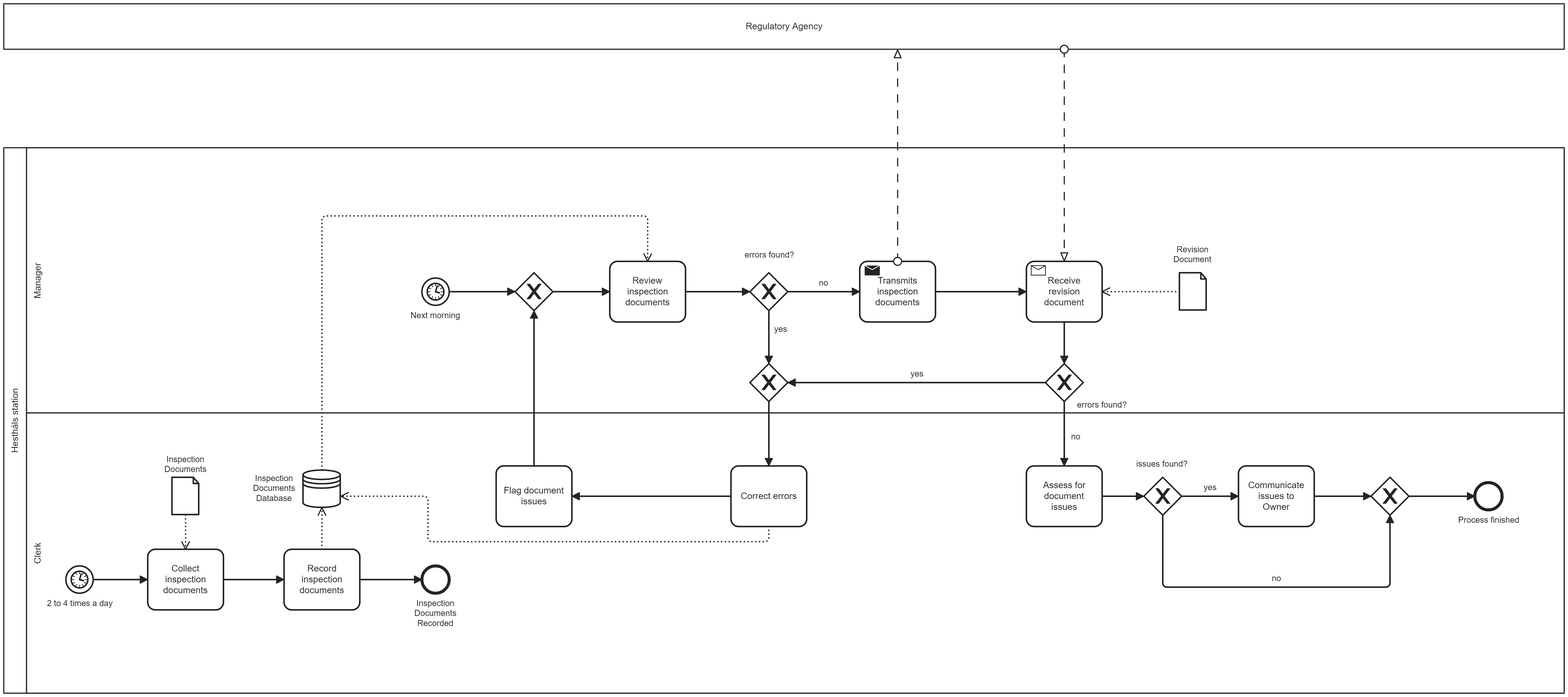
The BPMN diagram process_modeling/as_is_processes/sub_process_5/subprocesso_5.png in franciscoAbreuTecnico/Business-Process-Engineering-and-Technology, before a commit. Its source is kept beside it as process_modeling/to_be_processes/sub_process_5/subprocesso_5.bpmn. Ids are renumbered.
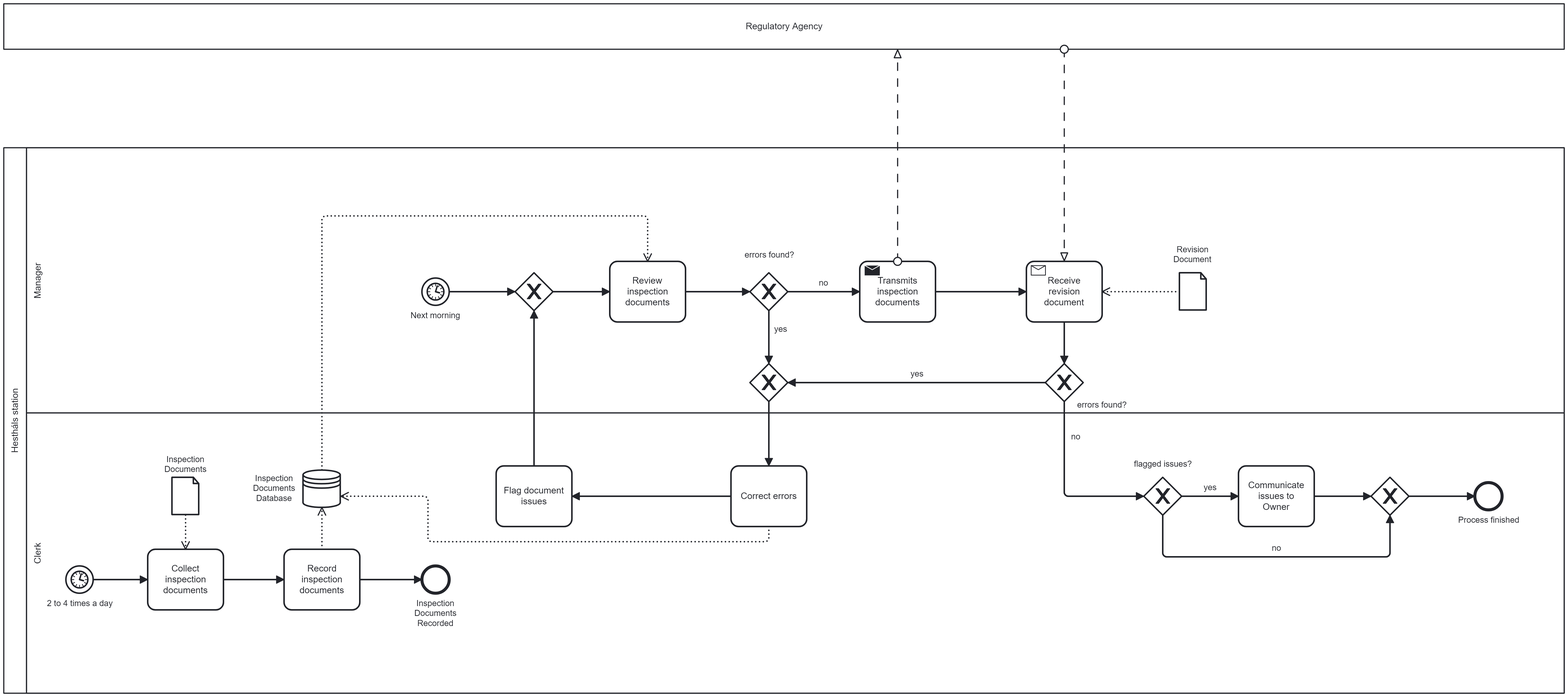
Above is the later version.

The edit, as a diff of the source:
```diff
@@ -25,7 +25,6 @@
         <bpmn:flowNodeRef>Event_n23</bpmn:flowNodeRef>
         <bpmn:flowNodeRef>Activity_n24</bpmn:flowNodeRef>
         <bpmn:flowNodeRef>Gateway_n25</bpmn:flowNodeRef>
-        <bpmn:flowNodeRef>Activity_n26</bpmn:flowNodeRef>
         <bpmn:flowNodeRef>Activity_n27</bpmn:flowNodeRef>
         <bpmn:flowNodeRef>Gateway_n28</bpmn:flowNodeRef>
         <bpmn:flowNodeRef>Event_n29</bpmn:flowNodeRef>
@@ -106,15 +105,11 @@
       <bpmn:outgoing>Flow_n58</bpmn:outgoing>
       <bpmn:outgoing>Flow_n59</bpmn:outgoing>
     </bpmn:exclusiveGateway>
-    <bpmn:exclusiveGateway id="Gateway_n25" name="issues found?">
-      <bpmn:incoming>Flow_n60</bpmn:incoming>
+    <bpmn:exclusiveGateway id="Gateway_n25" name="flagged issues?">
+      <bpmn:incoming>Flow_n59</bpmn:incoming>
       <bpmn:outgoing>Flow_n61</bpmn:outgoing>
       <bpmn:outgoing>Flow_n62</bpmn:outgoing>
     </bpmn:exclusiveGateway>
-    <bpmn:task id="Activity_n26" name="Assess for document issues">
-      <bpmn:incoming>Flow_n59</bpmn:incoming>
-      <bpmn:outgoing>Flow_n60</bpmn:outgoing>
-    </bpmn:task>
     <bpmn:task id="Activity_n27" name="Communicate issues to Owner">
       <bpmn:incoming>Flow_n62</bpmn:incoming>
       <bpmn:outgoing>Flow_n63</bpmn:outgoing>
@@ -152,8 +147,7 @@
     <bpmn:sequenceFlow id="Flow_n52" sourceRef="Activity_n24" targetRef="Activity_n30" />
     <bpmn:sequenceFlow id="Flow_n54" sourceRef="Activity_n9" targetRef="Gateway_n16" />
     <bpmn:sequenceFlow id="Flow_n58" name="yes" sourceRef="Gateway_n16" targetRef="Gateway_n17" />
-    <bpmn:sequenceFlow id="Flow_n59" name="no" sourceRef="Gateway_n16" targetRef="Activity_n26" />
-    <bpmn:sequenceFlow id="Flow_n60" sourceRef="Activity_n26" targetRef="Gateway_n25" />
+    <bpmn:sequenceFlow id="Flow_n59" name="no" sourceRef="Gateway_n16" targetRef="Gateway_n25" />
     <bpmn:sequenceFlow id="Flow_n61" name="no" sourceRef="Gateway_n25" targetRef="Gateway_n28" />
     <bpmn:sequenceFlow id="Flow_n62" name="yes" sourceRef="Gateway_n25" targetRef="Activity_n27" />
     <bpmn:sequenceFlow id="Flow_n63" sourceRef="Activity_n27" targetRef="Gateway_n28" />
@@ -244,12 +238,8 @@
       <bpmndi:BPMNShape id="Gateway_n25_di" bpmnElement="Gateway_n25" isMarkerVisible="true">
         <dc:Bounds x="1665" y="705" width="50" height="50" />
         <bpmndi:BPMNLabel>
-          <dc:Bounds x="1655" y="681" width="69" height="14" />
+          <dc:Bounds x="1652" y="681" width="76" height="14" />
         </bpmndi:BPMNLabel>
-      </bpmndi:BPMNShape>
-      <bpmndi:BPMNShape id="Activity_n26_di" bpmnElement="Activity_n26">
-        <dc:Bounds x="1510" y="690" width="100" height="80" />
-        <bpmndi:BPMNLabel />
       </bpmndi:BPMNShape>
       <bpmndi:BPMNShape id="Activity_n27_di" bpmnElement="Activity_n27">
         <dc:Bounds x="1790" y="690" width="100" height="80" />
@@ -344,14 +334,11 @@
       </bpmndi:BPMNEdge>
       <bpmndi:BPMNEdge id="Flow_n59_di" bpmnElement="Flow_n59">
         <di:waypoint x="1560" y="605" />
-        <di:waypoint x="1560" y="690" />
+        <di:waypoint x="1560" y="730" />
+        <di:waypoint x="1665" y="730" />
         <bpmndi:BPMNLabel>
           <dc:Bounds x="1569" y="645" width="13" height="14" />
         </bpmndi:BPMNLabel>
-      </bpmndi:BPMNEdge>
-      <bpmndi:BPMNEdge id="Flow_n60_di" bpmnElement="Flow_n60">
-        <di:waypoint x="1610" y="730" />
-        <di:waypoint x="1665" y="730" />
       </bpmndi:BPMNEdge>
       <bpmndi:BPMNEdge id="Flow_n61_di" bpmnElement="Flow_n61">
         <di:waypoint x="1690" y="755" />
```
